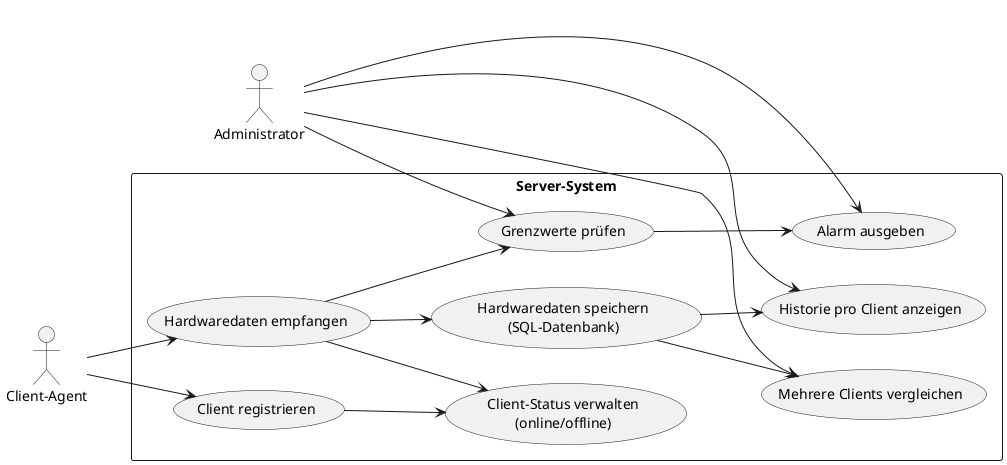
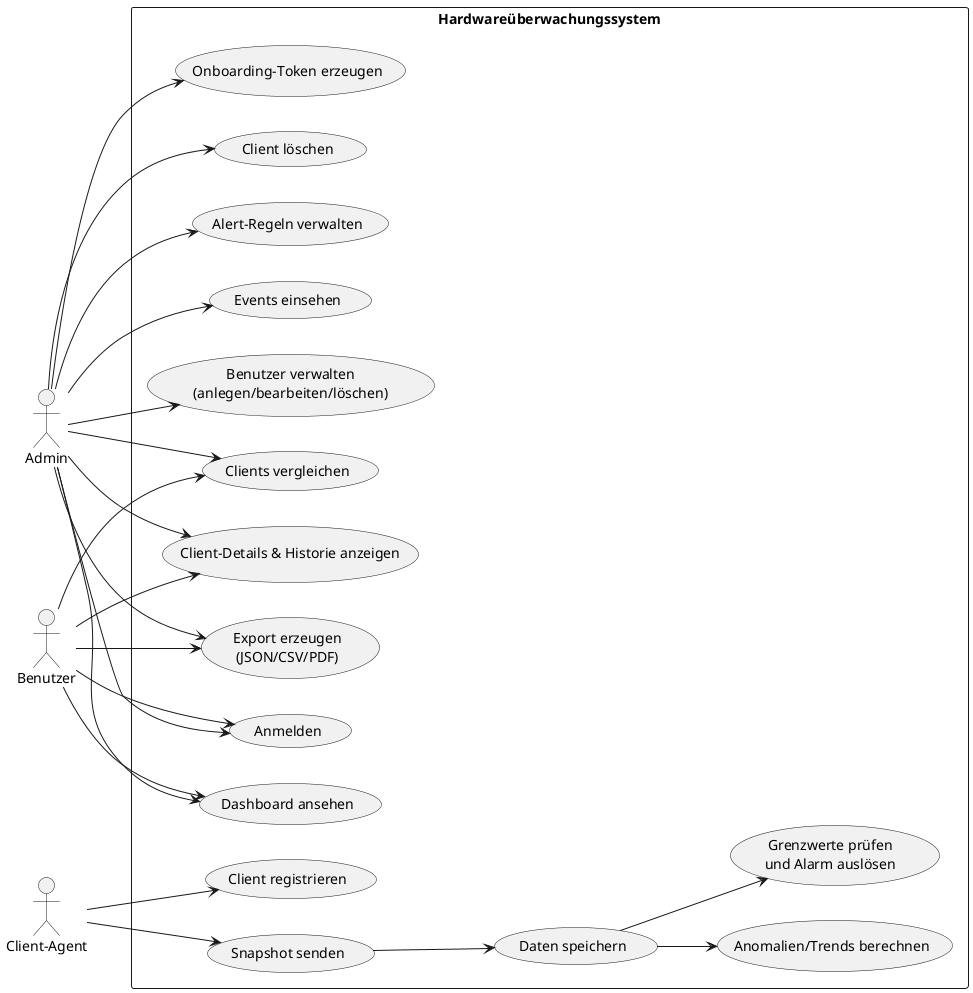
@startuml
left to right direction
skinparam packageStyle rectangle

- actor "Administrator" as Admin
+ actor "Admin" as Admin
+ actor "Benutzer" as User
actor "Client-Agent" as Agent

- rectangle "Server-System" {
-   usecase "Client registrieren" as UC1
-   usecase "Hardwaredaten empfangen" as UC2
-   usecase "Hardwaredaten speichern\n(SQL-Datenbank)" as UC3
-   usecase "Historie pro Client anzeigen" as UC4
-   usecase "Mehrere Clients vergleichen" as UC5
-   usecase "Grenzwerte prüfen" as UC6
-   usecase "Alarm ausgeben" as UC7
-   usecase "Client-Status verwalten\n(online/offline)" as UC8
+ rectangle "Hardwareüberwachungssystem" {
+   usecase "Anmelden" as UC_Login
+   usecase "Dashboard ansehen" as UC_Dashboard
+   usecase "Clients vergleichen" as UC_Compare
+   usecase "Client-Details & Historie anzeigen" as UC_Details
+   usecase "Onboarding-Token erzeugen" as UC_Onboard
+   usecase "Client löschen" as UC_DeleteClient
+   usecase "Alert-Regeln verwalten" as UC_Alerts
+   usecase "Events einsehen" as UC_Events
+   usecase "Benutzer verwalten\n(anlegen/bearbeiten/löschen)" as UC_Users
+   usecase "Export erzeugen\n(JSON/CSV/PDF)" as UC_Export
+ 
+   usecase "Client registrieren" as UC_Register
+   usecase "Snapshot senden" as UC_Snapshot
+   usecase "Daten speichern" as UC_Store
+   usecase "Anomalien/Trends berechnen" as UC_Analyze
+   usecase "Grenzwerte prüfen\nund Alarm auslösen" as UC_CheckAlert
}

- Agent --> UC1
- Agent --> UC2
- UC2 --> UC3
- UC2 --> UC6
- UC6 --> UC7
- UC3 --> UC4
- UC3 --> UC5
- UC1 --> UC8
- UC2 --> UC8
+ Admin --> UC_Login
+ Admin --> UC_Dashboard
+ Admin --> UC_Compare
+ Admin --> UC_Details
+ Admin --> UC_Onboard
+ Admin --> UC_DeleteClient
+ Admin --> UC_Alerts
+ Admin --> UC_Events
+ Admin --> UC_Users
+ Admin --> UC_Export

- Admin --> UC4
- Admin --> UC5
- Admin --> UC7
- Admin --> UC6
+ User --> UC_Login
+ User --> UC_Dashboard
+ User --> UC_Compare
+ User --> UC_Details
+ User --> UC_Export
+ 
+ Agent --> UC_Register
+ Agent --> UC_Snapshot
+ UC_Snapshot --> UC_Store
+ UC_Store --> UC_Analyze
+ UC_Store --> UC_CheckAlert
+ 
@enduml
